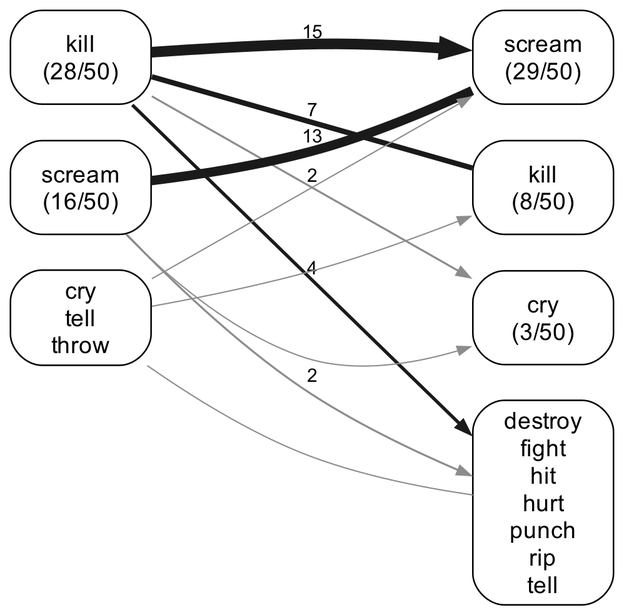
The Graphviz diagram experiments/displacement/substitution_shape/figures/lineage_graph_she_was_so_angry_she_flow_collapsed.png in quadrismegistus/malignment, before a commit. Its source is kept beside it as experiments/displacement/substitution_shape/figures/lineage_graph_she_was_so_angry_she_flow_collapsed.dot.
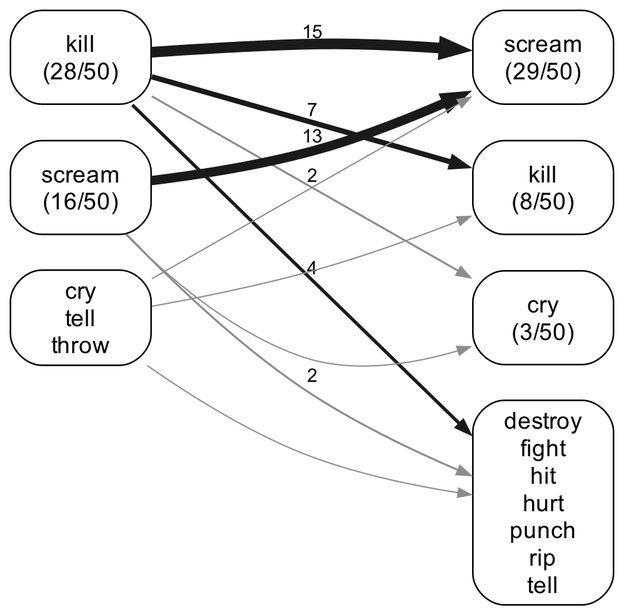
The same file after the commit.

Change to the diagram source:
```diff
@@ -22,13 +22,13 @@
   "A_cry" -> "A_ZZ_ONES" [style=invis];
   "B_kill" -> "A_scream" [style=invis weight=100];
   "B_kill" -> "A_scream" [penwidth=4.10 color="#1a1a1a" label="15"];
-  "B_scream" -> "A_scream" [penwidth=3.59 color="#1a1a1a" arrowhead=none label="13"];
-  "B_kill" -> "A_kill" [penwidth=2.04 color="#1a1a1a" arrowhead=none label="7"];
+  "B_scream" -> "A_scream" [penwidth=3.59 color="#1a1a1a" label="13"];
+  "B_kill" -> "A_kill" [penwidth=2.04 color="#1a1a1a" label="7"];
   "B_kill" -> "A_ZZ_ONES" [penwidth=1.27 color="#1a1a1a" label="4"];
   "B_kill" -> "A_cry" [penwidth=0.76 color="#8c8c8c" label="2"];
   "B_scream" -> "A_ZZ_ONES" [penwidth=0.76 color="#8c8c8c" label="2"];
   "B_ZZ_ONES" -> "A_kill" [penwidth=0.50 color="#8c8c8c"];
   "B_scream" -> "A_cry" [penwidth=0.50 color="#8c8c8c"];
-  "B_ZZ_ONES" -> "A_ZZ_ONES" [penwidth=0.50 color="#8c8c8c" arrowhead=none];
+  "B_ZZ_ONES" -> "A_ZZ_ONES" [penwidth=0.50 color="#8c8c8c"];
   "B_ZZ_ONES" -> "A_scream" [penwidth=0.50 color="#8c8c8c"];
 }
```
